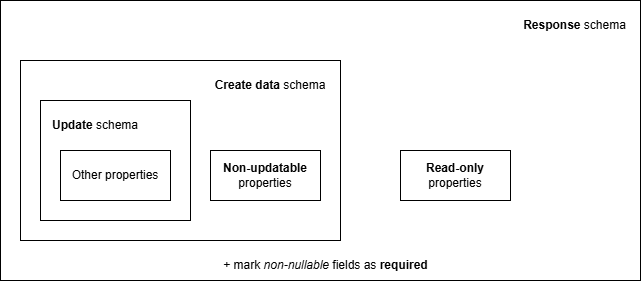
Earlier version of the draw.io export docs/diagrams/openapi-schemas-no-create.drawio.png (elhub/flex-information-system). Source tidied: cells renumbered, new cells last; positions are measured from the earlier drawing's top-left corner, leaving out a move shared by most shapes.
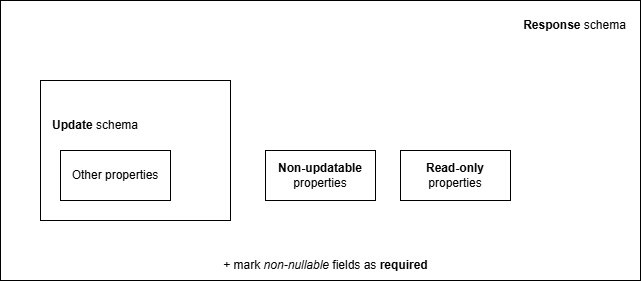
After the change.

The edit, as a diff of the source:
```diff
@@ -5,14 +5,11 @@
     <mxCell id="2" style="rounded=0;whiteSpace=wrap;html=1;strokeWidth=1;strokeColor=light-dark(#000000,#99FF99);fillColor=none;gradientColor=none;" parent="1" vertex="1">
       <mxGeometry width="640" height="280" as="geometry" />
     </mxCell>
-    <mxCell id="3" style="rounded=0;whiteSpace=wrap;html=1;strokeWidth=1;strokeColor=light-dark(#000000,#CC99FF);" parent="1" vertex="1">
-      <mxGeometry x="20" y="60" width="320" height="180" as="geometry" />
-    </mxCell>
     <mxCell id="4" style="rounded=0;whiteSpace=wrap;html=1;strokeColor=light-dark(#000000,#FF9999);" parent="1" vertex="1">
-      <mxGeometry x="40" y="100" width="150" height="120" as="geometry" />
+      <mxGeometry x="40" y="80" width="190" height="140" as="geometry" />
     </mxCell>
     <mxCell id="5" value="&lt;b&gt;Non-updatable&lt;/b&gt;&lt;div&gt;properties&lt;/div&gt;" style="rounded=0;whiteSpace=wrap;html=1;" parent="1" vertex="1">
-      <mxGeometry x="210" y="150" width="110" height="50" as="geometry" />
+      <mxGeometry x="265" y="150" width="110" height="50" as="geometry" />
     </mxCell>
     <mxCell id="6" value="&lt;b&gt;Update&lt;/b&gt; schema" style="text;html=1;align=center;verticalAlign=middle;whiteSpace=wrap;rounded=0;fontColor=light-dark(#000000,#FF9999);" parent="1" vertex="1">
       <mxGeometry x="50" y="110" width="90" height="30" as="geometry" />
@@ -23,9 +20,6 @@
     <mxCell id="8" value="Other properties" style="rounded=0;whiteSpace=wrap;html=1;" parent="1" vertex="1">
       <mxGeometry x="60" y="150" width="110" height="50" as="geometry" />
     </mxCell>
-    <mxCell id="9" value="&lt;b&gt;Create data&lt;/b&gt;&amp;nbsp;schema" style="text;html=1;align=center;verticalAlign=middle;whiteSpace=wrap;rounded=0;fontColor=light-dark(#000000,#CC99FF);" parent="1" vertex="1">
-      <mxGeometry x="210" y="70" width="120" height="30" as="geometry" />
-    </mxCell>
     <mxCell id="10" value="+ mark &lt;i&gt;non-nullable&lt;/i&gt; fields as&amp;nbsp;&lt;b&gt;required&lt;/b&gt;" style="text;html=1;align=center;verticalAlign=middle;whiteSpace=wrap;rounded=0;" parent="1" vertex="1">
       <mxGeometry x="202.5" y="250" width="245" height="30" as="geometry" />
     </mxCell>
```
